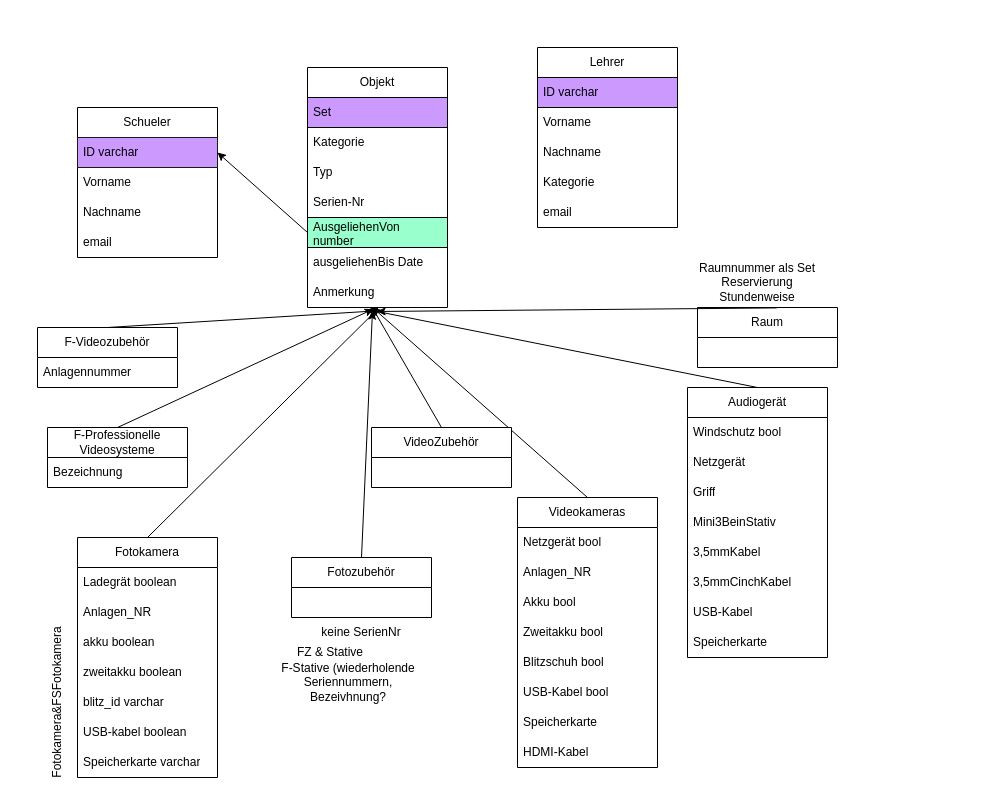
This is Management/DB_Ressourcen/erdDatenbankStrukur.drawio from 2426-itp-ahitm/leoleih, a draw.io file, before an edit. Source tidied: cells renumbered, new cells numbered last; positions are measured from the earlier drawing's top-left corner, leaving out a move shared by most shapes. Both pictures are drawn from the tidied source at 100%, with x=0, y=0 at pixel (-23, 47).
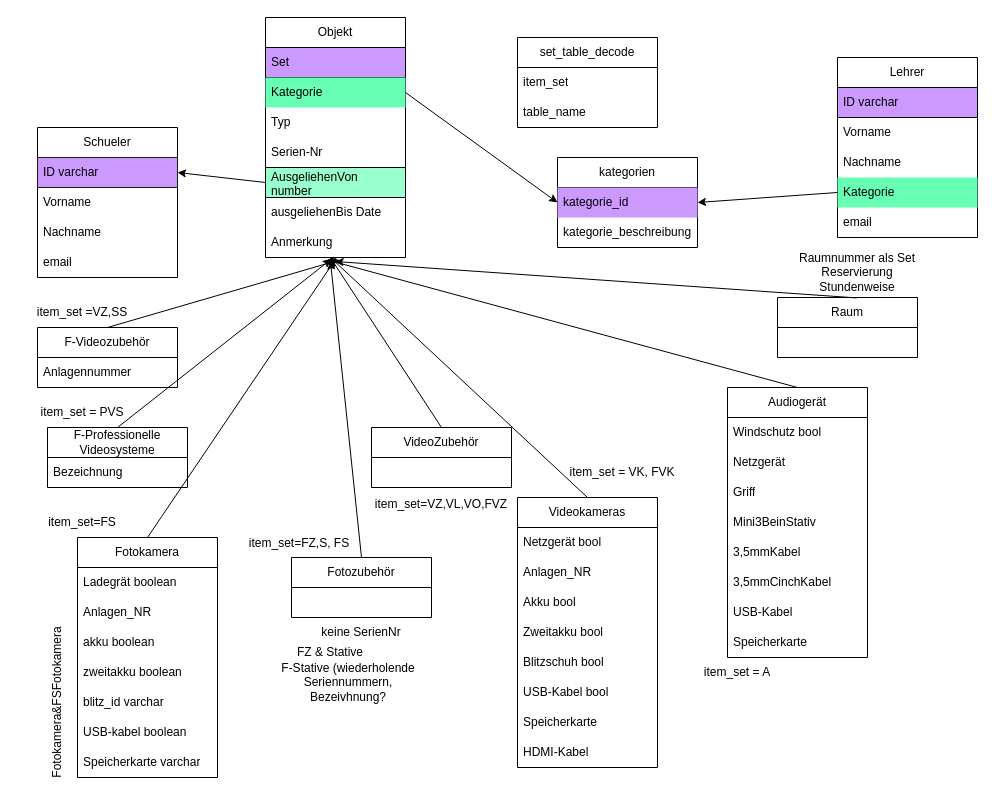
The same diagram, later.

Commit message (it also covers changes not shown here):
sql statements, erd update

What changed in the source:
```diff
@@
     <mxCell id="11" value="Objekt" style="swimlane;fontStyle=0;horizontal=1;startSize=30;whiteSpace=wrap;html=1;" parent="1" vertex="1">
-      <mxGeometry x="330" y="20" width="140" height="240" as="geometry" />
+      <mxGeometry x="288" y="-30" width="140" height="240" as="geometry" />
     </mxCell>
@@
-    <mxCell id="13" value="Kategorie" style="text;strokeColor=none;fillColor=none;align=left;verticalAlign=middle;spacingLeft=4;spacingRight=4;overflow=hidden;points=[[0,0.5],[1,0.5]];portConstraint=eastwest;whiteSpace=wrap;html=1;" parent="11" vertex="1">
+    <mxCell id="13" value="Kategorie" style="text;strokeColor=none;fillColor=#66FFB3;align=left;verticalAlign=middle;spacingLeft=4;spacingRight=4;overflow=hidden;points=[[0,0.5],[1,0.5]];portConstraint=eastwest;whiteSpace=wrap;html=1;" parent="11" vertex="1">
       <mxGeometry y="60" width="140" height="30" as="geometry" />
     </mxCell>
@@
     <mxCell id="36" value="Audiogerät" style="swimlane;fontStyle=0;horizontal=1;startSize=30;whiteSpace=wrap;html=1;" parent="1" vertex="1">
-      <mxGeometry x="710" y="340" width="140" height="270" as="geometry" />
+      <mxGeometry x="750" y="340" width="140" height="270" as="geometry" />
     </mxCell>
@@
     <mxCell id="53" value="Raum" style="swimlane;fontStyle=0;horizontal=1;startSize=30;whiteSpace=wrap;html=1;" parent="1" vertex="1">
-      <mxGeometry x="720" y="260" width="140" height="60" as="geometry" />
+      <mxGeometry x="800" y="250" width="140" height="60" as="geometry" />
     </mxCell>
@@
     <mxCell id="55" value="Raumnummer als Set&lt;div&gt;Reservierung Stundenweise&lt;/div&gt;" style="text;html=1;align=center;verticalAlign=middle;whiteSpace=wrap;rounded=0;" parent="1" vertex="1">
-      <mxGeometry x="710" y="220" width="140" height="30" as="geometry" />
+      <mxGeometry x="810" y="210" width="140" height="30" as="geometry" />
     </mxCell>
     <mxCell id="56" value="Schueler" style="swimlane;fontStyle=0;horizontal=1;startSize=30;whiteSpace=wrap;html=1;" parent="1" vertex="1">
-      <mxGeometry x="100" y="60" width="140" height="150" as="geometry" />
+      <mxGeometry x="60" y="80" width="140" height="150" as="geometry" />
     </mxCell>
@@
     <mxCell id="62" value="Lehrer" style="swimlane;fontStyle=0;horizontal=1;startSize=30;whiteSpace=wrap;html=1;" parent="1" vertex="1">
-      <mxGeometry x="560" width="140" height="180" as="geometry" />
+      <mxGeometry x="860" y="10" width="140" height="180" as="geometry" />
     </mxCell>
@@
-    <mxCell id="66" value="Kategorie" style="text;strokeColor=none;fillColor=none;align=left;verticalAlign=middle;spacingLeft=4;spacingRight=4;overflow=hidden;points=[[0,0.5],[1,0.5]];portConstraint=eastwest;whiteSpace=wrap;html=1;" parent="62" vertex="1">
+    <mxCell id="66" value="Kategorie" style="text;strokeColor=none;fillColor=#66FFB3;align=left;verticalAlign=middle;spacingLeft=4;spacingRight=4;overflow=hidden;points=[[0,0.5],[1,0.5]];portConstraint=eastwest;whiteSpace=wrap;html=1;" parent="62" vertex="1">
       <mxGeometry y="120" width="140" height="30" as="geometry" />
     </mxCell>
@@
+    <mxCell id="68" value="item_set =VZ,SS" style="text;html=1;align=center;verticalAlign=middle;whiteSpace=wrap;rounded=0;" parent="1" vertex="1">
+      <mxGeometry x="50" y="250" width="110" height="30" as="geometry" />
+    </mxCell>
+    <mxCell id="69" value="item_set = PVS" style="text;html=1;align=center;verticalAlign=middle;whiteSpace=wrap;rounded=0;" parent="1" vertex="1">
+      <mxGeometry x="40" y="350" width="130" height="30" as="geometry" />
+    </mxCell>
+    <mxCell id="70" value="item_set=FS" style="text;html=1;align=center;verticalAlign=middle;whiteSpace=wrap;rounded=0;" parent="1" vertex="1">
+      <mxGeometry x="60" y="460" width="90" height="30" as="geometry" />
+    </mxCell>
+    <mxCell id="71" value="item_set=FZ,S, FS" style="text;html=1;align=center;verticalAlign=middle;whiteSpace=wrap;rounded=0;" parent="1" vertex="1">
+      <mxGeometry x="270" y="481" width="104" height="30" as="geometry" />
+    </mxCell>
+    <mxCell id="72" value="item_set = VK, FVK" style="text;html=1;align=center;verticalAlign=middle;whiteSpace=wrap;rounded=0;" parent="1" vertex="1">
+      <mxGeometry x="590" y="410" width="110" height="30" as="geometry" />
+    </mxCell>
+    <mxCell id="73" value="item_set=VZ,VL,VO,FVZ" style="text;html=1;align=center;verticalAlign=middle;whiteSpace=wrap;rounded=0;" parent="1" vertex="1">
+      <mxGeometry x="394" y="432" width="140" height="49" as="geometry" />
+    </mxCell>
+    <mxCell id="74" value="item_set = A" style="text;html=1;align=center;verticalAlign=middle;whiteSpace=wrap;rounded=0;" parent="1" vertex="1">
+      <mxGeometry x="690" y="610" width="140" height="30" as="geometry" />
+    </mxCell>
+    <mxCell id="75" value="set_table_decode" style="swimlane;fontStyle=0;horizontal=1;startSize=30;whiteSpace=wrap;html=1;" parent="1" vertex="1">
+      <mxGeometry x="540" y="-10" width="140" height="90" as="geometry" />
+    </mxCell>
+    <mxCell id="76" value="item_set" style="text;strokeColor=none;fillColor=none;align=left;verticalAlign=middle;spacingLeft=4;spacingRight=4;overflow=hidden;whiteSpace=wrap;html=1;" parent="75" vertex="1">
+      <mxGeometry y="30" width="140" height="30" as="geometry" />
+    </mxCell>
+    <mxCell id="77" value="table_name" style="text;strokeColor=none;fillColor=none;align=left;verticalAlign=middle;spacingLeft=4;spacingRight=4;overflow=hidden;whiteSpace=wrap;html=1;" parent="75" vertex="1">
+      <mxGeometry y="60" width="140" height="30" as="geometry" />
+    </mxCell>
+    <mxCell id="78" value="kategorien" style="swimlane;fontStyle=0;horizontal=1;startSize=30;whiteSpace=wrap;html=1;" parent="1" vertex="1">
+      <mxGeometry x="580" y="110" width="140" height="90" as="geometry" />
+    </mxCell>
+    <mxCell id="79" value="kategorie_id" style="text;strokeColor=none;fillColor=#CC99FF;align=left;verticalAlign=middle;spacingLeft=4;spacingRight=4;overflow=hidden;points=[[0,0.5],[1,0.5]];portConstraint=eastwest;whiteSpace=wrap;html=1;" parent="78" vertex="1">
+      <mxGeometry y="30" width="140" height="30" as="geometry" />
+    </mxCell>
+    <mxCell id="80" value="kategorie_beschreibung" style="text;strokeColor=none;fillColor=none;align=left;verticalAlign=middle;spacingLeft=4;spacingRight=4;overflow=hidden;whiteSpace=wrap;html=1;" parent="78" vertex="1">
+      <mxGeometry y="60" width="140" height="30" as="geometry" />
+    </mxCell>
+    <mxCell id="81" style="endArrow=classic;html=1;rounded=0;exitX=1;exitY=0.5;exitDx=0;exitDy=0;entryX=0;entryY=0.5;entryDx=0;entryDy=0;" parent="1" edge="1" source="13" target="79">
+      <mxGeometry relative="1" as="geometry" />
+    </mxCell>
+    <mxCell id="82" style="endArrow=classic;html=1;rounded=0;exitX=0;exitY=0.5;exitDx=0;exitDy=0;entryX=1;entryY=0.5;entryDx=0;entryDy=0;" parent="1" edge="1" source="66" target="79">
+      <mxGeometry relative="1" as="geometry" />
+    </mxCell>
```
